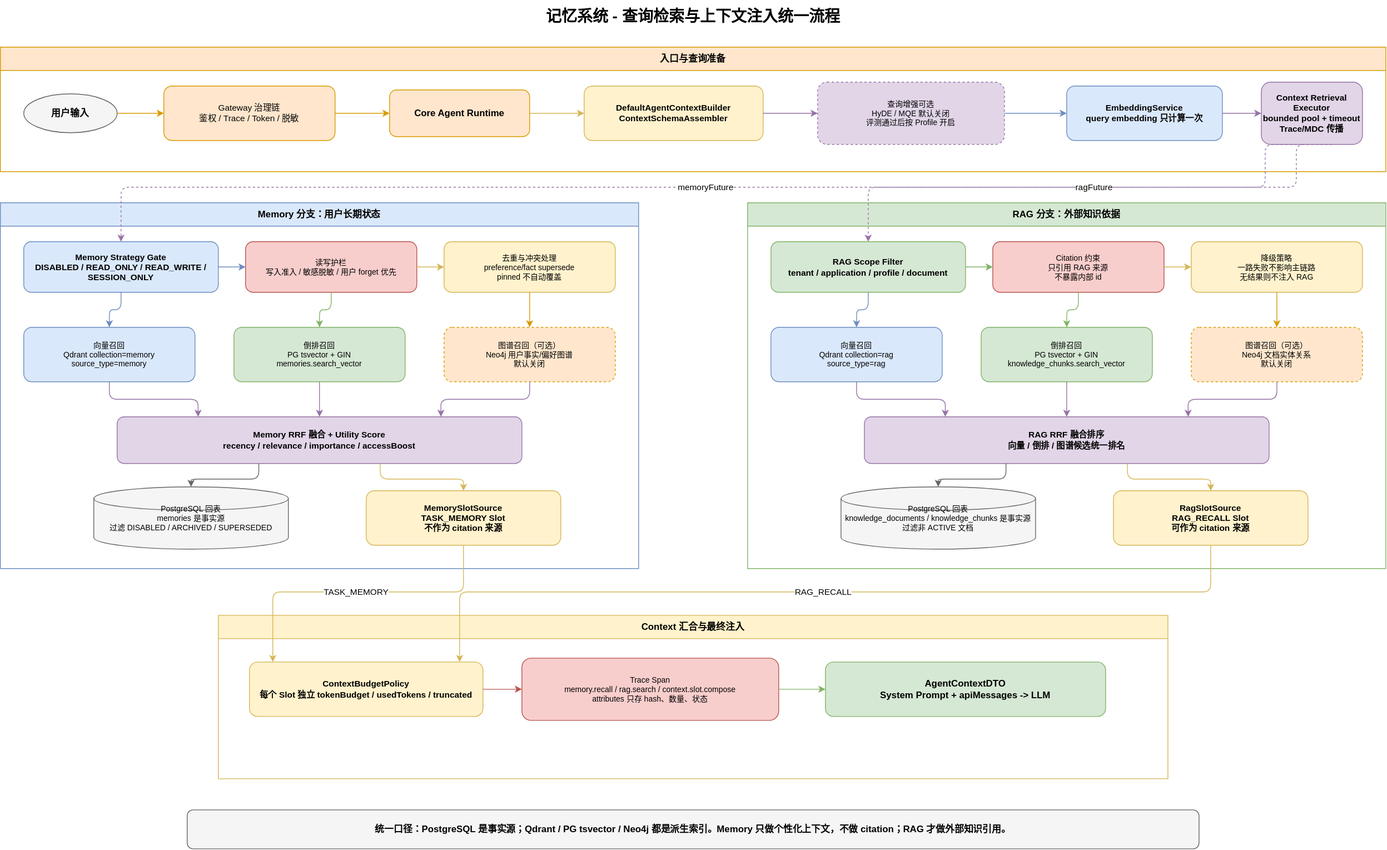
Before: readme-assets/memory-query-context.svg, a diagram exported from draw.io (zyangcode/agent-platform). Source tidied: cells renumbered, new cells last; positions are measured from the earlier drawing's top-left corner, leaving out a move shared by most shapes.
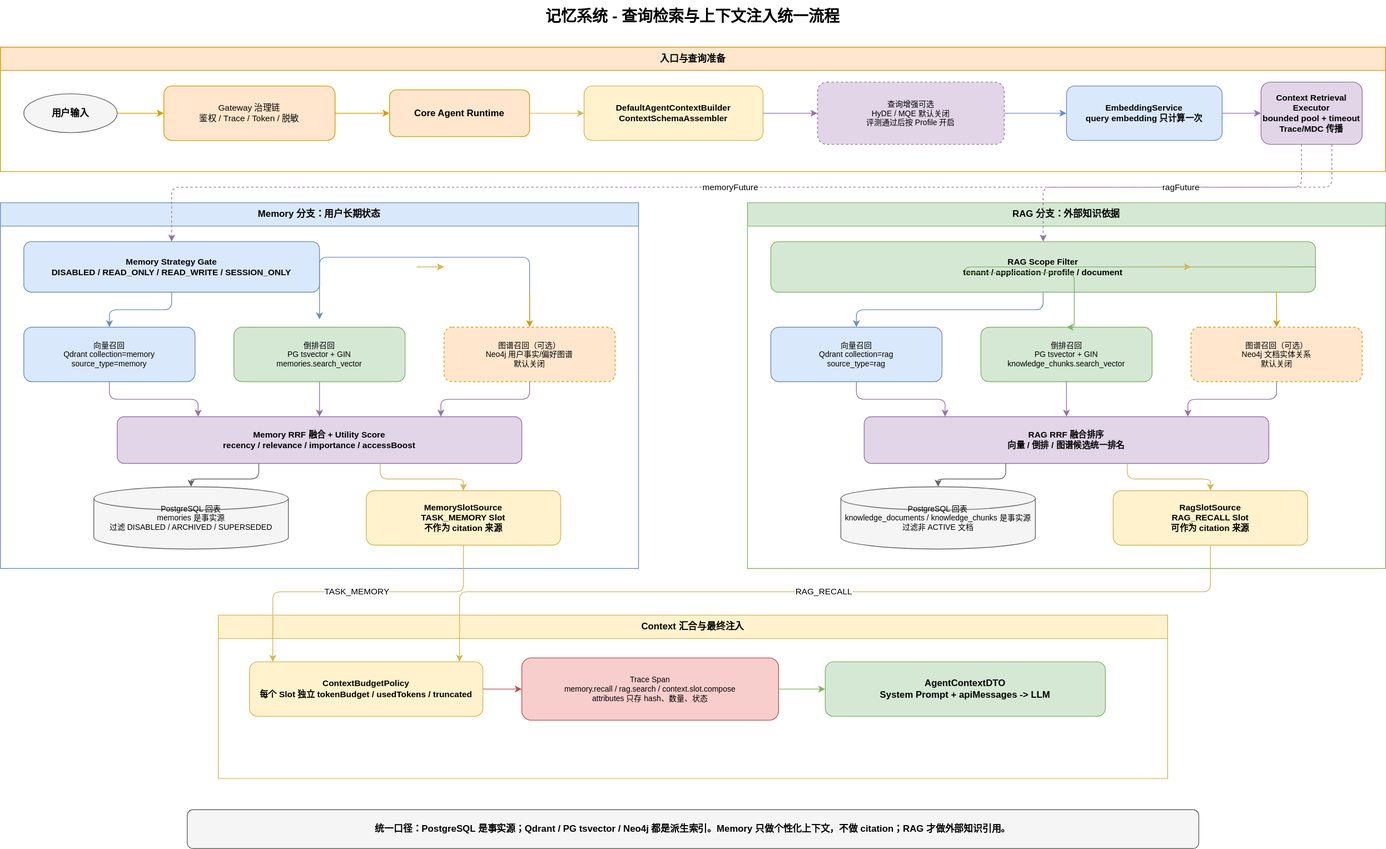
The same file after the commit.

Commit message:
chore: update all three memory system workflow diagrams from drawio source

Change to the diagram source:
```diff
@@ -51,14 +51,8 @@
       <mxGeometry y="260" width="820" height="470" as="geometry" />
     </mxCell>
     <mxCell id="18" value="Memory Strategy Gate&#10;DISABLED / READ_ONLY / READ_WRITE / SESSION_ONLY" style="rounded=1;whiteSpace=wrap;html=1;fillColor=#dae8fc;strokeColor=#6c8ebf;fontSize=11;fontStyle=1;" parent="17" vertex="1">
-      <mxGeometry x="30" y="50" width="250" height="65" as="geometry" />
+      <mxGeometry x="30" y="50" width="380" height="65" as="geometry" />
     </mxCell>
-    <mxCell id="19" value="读写护栏&#10;写入准入 / 敏感脱敏 / 用户 forget 优先" style="rounded=1;whiteSpace=wrap;html=1;fillColor=#f8cecc;strokeColor=#b85450;fontSize=10;" parent="17" vertex="1">
-      <mxGeometry x="315" y="50" width="220" height="65" as="geometry" />
-    </mxCell>
-    <mxCell id="20" value="去重与冲突处理&#10;preference/fact supersede&#10;pinned 不自动覆盖" style="rounded=1;whiteSpace=wrap;html=1;fillColor=#fff2cc;strokeColor=#d6b656;fontSize=10;" parent="17" vertex="1">
-      <mxGeometry x="570" y="50" width="220" height="65" as="geometry" />
-    </mxCell>
     <mxCell id="21" value="向量召回&#10;Qdrant collection=memory&#10;source_type=memory" style="rounded=1;whiteSpace=wrap;html=1;fillColor=#dae8fc;strokeColor=#6c8ebf;fontSize=10;" parent="17" vertex="1">
       <mxGeometry x="30" y="160" width="220" height="70" as="geometry" />
     </mxCell>
@@ -81,14 +75,8 @@
       <mxGeometry x="960" y="260" width="820" height="470" as="geometry" />
     </mxCell>
     <mxCell id="28" value="RAG Scope Filter&#10;tenant / application / profile / document" style="rounded=1;whiteSpace=wrap;html=1;fillColor=#d5e8d4;strokeColor=#82b366;fontSize=11;fontStyle=1;" parent="27" vertex="1">
-      <mxGeometry x="30" y="50" width="250" height="65" as="geometry" />
+      <mxGeometry x="30" y="50" width="700" height="65" as="geometry" />
     </mxCell>
-    <mxCell id="29" value="Citation 约束&#10;只引用 RAG 来源&#10;不暴露内部 id" style="rounded=1;whiteSpace=wrap;html=1;fillColor=#f8cecc;strokeColor=#b85450;fontSize=10;" parent="27" vertex="1">
-      <mxGeometry x="315" y="50" width="220" height="65" as="geometry" />
-    </mxCell>
-    <mxCell id="30" value="降级策略&#10;一路失败不影响主链路&#10;无结果则不注入 RAG" style="rounded=1;whiteSpace=wrap;html=1;fillColor=#fff2cc;strokeColor=#d6b656;fontSize=10;" parent="27" vertex="1">
-      <mxGeometry x="570" y="50" width="220" height="65" as="geometry" />
-    </mxCell>
     <mxCell id="31" value="向量召回&#10;Qdrant collection=rag&#10;source_type=rag" style="rounded=1;whiteSpace=wrap;html=1;fillColor=#dae8fc;strokeColor=#6c8ebf;fontSize=10;" parent="27" vertex="1">
       <mxGeometry x="30" y="160" width="220" height="70" as="geometry" />
     </mxCell>
@@ -107,6 +95,15 @@
     <mxCell id="36" value="RagSlotSource&#10;RAG_RECALL Slot&#10;可作为 citation 来源" style="rounded=1;whiteSpace=wrap;html=1;fillColor=#fff2cc;strokeColor=#d6b656;fontSize=11;fontStyle=1;" parent="27" vertex="1">
       <mxGeometry x="470" y="370" width="250" height="70" as="geometry" />
     </mxCell>
+    <mxCell id="53" style="edgeStyle=orthogonalEdgeStyle;rounded=1;jettySize=auto;html=1;strokeColor=#82b366;exitX=1;exitY=0.5;entryX=0.5;entryY=0;entryDx=0;entryDy=0;" parent="27" edge="1" source="28" target="32">
+      <mxGeometry relative="1" as="geometry">
+        <Array as="points">
+          <mxPoint x="280" y="90" />
+          <mxPoint x="420" y="90" />
+          <mxPoint x="420" y="160" />
+        </Array>
+      </mxGeometry>
+    </mxCell>
     <mxCell id="37" value="Context 汇合与最终注入" style="swimlane;startSize=30;whiteSpace=wrap;html=1;fillColor=#fff2cc;strokeColor=#d6b656;fontStyle=1;" parent="1" vertex="1">
       <mxGeometry x="280" y="790" width="1220" height="210" as="geometry" />
     </mxCell>
@@ -135,20 +132,29 @@
         </Array>
       </mxGeometry>
     </mxCell>
-    <mxCell id="43" style="edgeStyle=orthogonalEdgeStyle;rounded=1;jettySize=auto;html=1;strokeColor=#6c8ebf;exitX=1;exitY=0.5;entryX=0;entryY=0.5;" parent="1" edge="1" source="18" target="19">
-      <mxGeometry relative="1" as="geometry" />
+    <mxCell id="43" style="edgeStyle=orthogonalEdgeStyle;rounded=1;orthogonalLoop=1;jettySize=auto;html=1;strokeColor=#6c8ebf;" parent="1" edge="1">
+      <mxGeometry relative="1" as="geometry">
+        <mxPoint x="680" y="410" as="sourcePoint" />
+        <mxPoint x="410" y="410" as="targetPoint" />
+        <Array as="points">
+          <mxPoint x="680" y="330" />
+          <mxPoint x="410" y="330" />
+        </Array>
+      </mxGeometry>
     </mxCell>
-    <mxCell id="44" style="edgeStyle=orthogonalEdgeStyle;rounded=1;jettySize=auto;html=1;strokeColor=#d6b656;exitX=1;exitY=0.5;entryX=0;entryY=0.5;" parent="1" edge="1" source="19" target="20">
-      <mxGeometry relative="1" as="geometry" />
+    <mxCell id="44" style="edgeStyle=orthogonalEdgeStyle;rounded=1;orthogonalLoop=1;jettySize=auto;html=1;strokeColor=#d6b656;exitX=1;exitY=0.5;entryX=0;entryY=0.5;" parent="1" edge="1">
+      <mxGeometry relative="1" as="geometry">
+        <mxPoint x="535" y="342.5" as="sourcePoint" />
+        <mxPoint x="570" y="342.5" as="targetPoint" />
+      </mxGeometry>
     </mxCell>
     <mxCell id="45" style="edgeStyle=orthogonalEdgeStyle;rounded=1;jettySize=auto;html=1;strokeColor=#6c8ebf;exitX=0.5;exitY=1;entryX=0.5;entryY=0;" parent="1" edge="1" source="18" target="21">
       <mxGeometry relative="1" as="geometry" />
     </mxCell>
-    <mxCell id="46" style="edgeStyle=orthogonalEdgeStyle;rounded=1;jettySize=auto;html=1;strokeColor=#82b366;exitX=0.5;exitY=1;entryX=0.5;entryY=0;" parent="1" edge="1" source="19" target="22">
-      <mxGeometry relative="1" as="geometry" />
-    </mxCell>
-    <mxCell id="47" style="edgeStyle=orthogonalEdgeStyle;rounded=1;jettySize=auto;html=1;strokeColor=#d79b00;exitX=0.5;exitY=1;entryX=0.5;entryY=0;" parent="1" edge="1" source="20" target="23">
-      <mxGeometry relative="1" as="geometry" />
+    <mxCell id="47" style="edgeStyle=orthogonalEdgeStyle;rounded=1;jettySize=auto;html=1;strokeColor=#d79b00;exitX=0.5;exitY=1;entryX=0.5;entryY=0;" parent="1" edge="1" target="23">
+      <mxGeometry relative="1" as="geometry">
+        <mxPoint x="680" y="375" as="sourcePoint" />
+      </mxGeometry>
     </mxCell>
     <mxCell id="48" style="edgeStyle=orthogonalEdgeStyle;rounded=1;jettySize=auto;html=1;strokeColor=#9673a6;exitX=0.5;exitY=1;entryX=0.2;entryY=0;" parent="1" edge="1" source="21" target="24">
       <mxGeometry relative="1" as="geometry" />
@@ -165,20 +171,19 @@
     <mxCell id="52" style="edgeStyle=orthogonalEdgeStyle;rounded=1;jettySize=auto;html=1;strokeColor=#d6b656;exitX=0.65;exitY=1;entryX=0.5;entryY=0;" parent="1" edge="1" source="24" target="26">
       <mxGeometry relative="1" as="geometry" />
     </mxCell>
-    <mxCell id="53" style="edgeStyle=orthogonalEdgeStyle;rounded=1;jettySize=auto;html=1;strokeColor=#82b366;exitX=1;exitY=0.5;entryX=0;entryY=0.5;" parent="1" edge="1" source="28" target="29">
-      <mxGeometry relative="1" as="geometry" />
-    </mxCell>
-    <mxCell id="54" style="edgeStyle=orthogonalEdgeStyle;rounded=1;jettySize=auto;html=1;strokeColor=#d6b656;exitX=1;exitY=0.5;entryX=0;entryY=0.5;" parent="1" edge="1" source="29" target="30">
-      <mxGeometry relative="1" as="geometry" />
+    <mxCell id="54" style="edgeStyle=orthogonalEdgeStyle;rounded=1;orthogonalLoop=1;jettySize=auto;html=1;strokeColor=#d6b656;exitX=1;exitY=0.5;entryX=0;entryY=0.5;" parent="1" edge="1">
+      <mxGeometry relative="1" as="geometry">
+        <mxPoint x="1495" y="342.5" as="sourcePoint" />
+        <mxPoint x="1530" y="342.5" as="targetPoint" />
+      </mxGeometry>
     </mxCell>
     <mxCell id="55" style="edgeStyle=orthogonalEdgeStyle;rounded=1;jettySize=auto;html=1;strokeColor=#6c8ebf;exitX=0.5;exitY=1;entryX=0.5;entryY=0;" parent="1" edge="1" source="28" target="31">
       <mxGeometry relative="1" as="geometry" />
     </mxCell>
-    <mxCell id="56" style="edgeStyle=orthogonalEdgeStyle;rounded=1;jettySize=auto;html=1;strokeColor=#82b366;exitX=0.5;exitY=1;entryX=0.5;entryY=0;" parent="1" edge="1" source="29" target="32">
-      <mxGeometry relative="1" as="geometry" />
-    </mxCell>
-    <mxCell id="57" style="edgeStyle=orthogonalEdgeStyle;rounded=1;jettySize=auto;html=1;strokeColor=#d79b00;exitX=0.5;exitY=1;entryX=0.5;entryY=0;" parent="1" edge="1" source="30" target="33">
-      <mxGeometry relative="1" as="geometry" />
+    <mxCell id="57" style="edgeStyle=orthogonalEdgeStyle;rounded=1;jettySize=auto;html=1;strokeColor=#d79b00;exitX=0.5;exitY=1;entryX=0.5;entryY=0;" parent="1" edge="1" target="33">
+      <mxGeometry relative="1" as="geometry">
+        <mxPoint x="1640" y="375" as="sourcePoint" />
+      </mxGeometry>
     </mxCell>
     <mxCell id="58" style="edgeStyle=orthogonalEdgeStyle;rounded=1;jettySize=auto;html=1;strokeColor=#9673a6;exitX=0.5;exitY=1;entryX=0.2;entryY=0;" parent="1" edge="1" source="31" target="34">
       <mxGeometry relative="1" as="geometry" />
```
